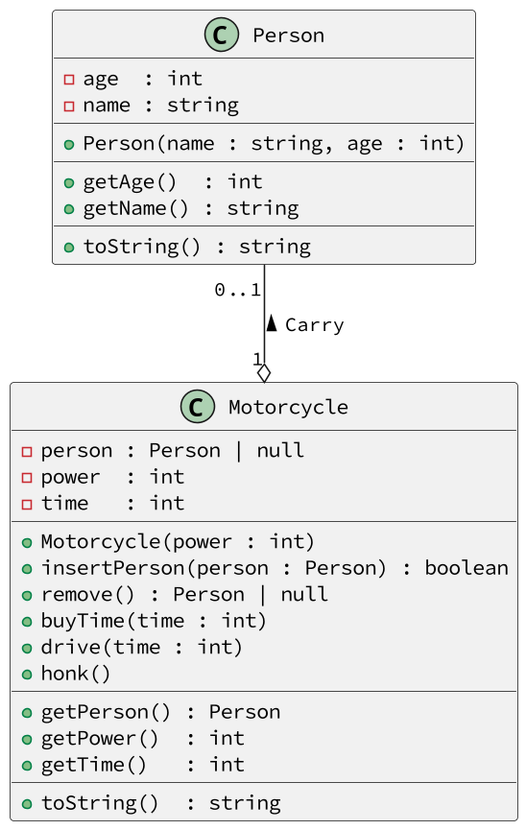
Above: base/motoca/diagrama.png in qxcodepoo/arcade (PlantUML), before the change.
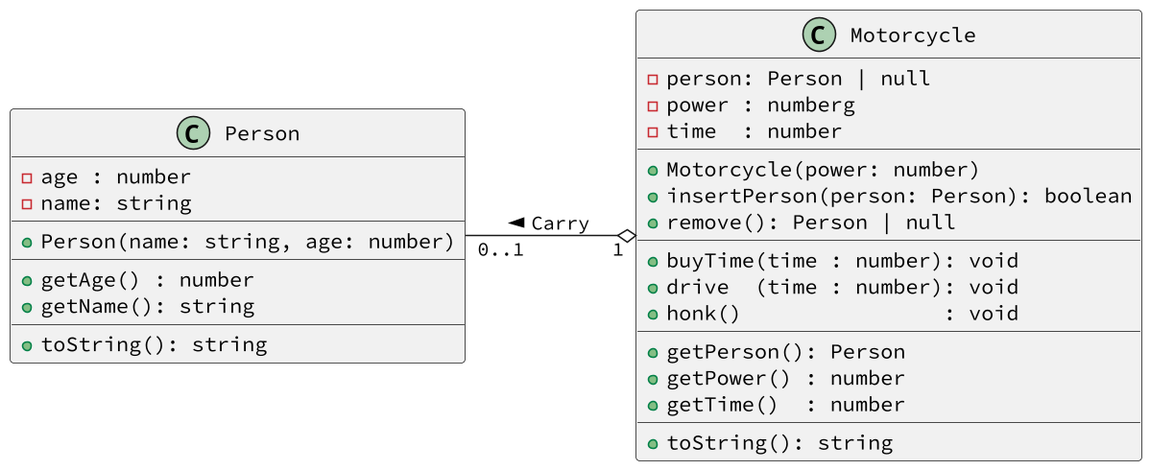
Later version of the same file.

Diff of the diagram source:
```diff
@@ -1,34 +1,36 @@
 @startuml
-skinparam defaultFontName Hasklig
+skinparam defaultFontName "Source Code Pro"
 skinparam dpi 150
+left to right direction
 class Motorcycle {
-  - person : Person | null
-  - power  : int
-  - time   : int
+  - person: Person | null
+  - power : numberg
+  - time  : number
   __
-  + Motorcycle(power : int)
-  + insertPerson(person : Person) : boolean
-  + remove() : Person | null
-  + buyTime(time : int)
-  + drive(time : int)
-  + honk()
+  + Motorcycle(power: number)
+  + insertPerson(person: Person): boolean
+  + remove(): Person | null
   __
-  + getPerson() : Person
-  + getPower()  : int
-  + getTime()   : int
+  + buyTime(time : number): void
+  + drive  (time : number): void
+  + honk()                : void
   __
-  + toString()  : string
+  + getPerson(): Person
+  + getPower() : number
+  + getTime()  : number
+  __
+  + toString(): string
 }
 class Person {
-  - age  : int
-  - name : string
+  - age : number
+  - name: string
   __
-  + Person(name : string, age : int)
+  + Person(name: string, age: number)
   __
-  + getAge()  : int
-  + getName() : string
+  + getAge() : number
+  + getName(): string
   __
-  + toString() : string
+  + toString(): string
 }
 Person "0..1" --o "1" Motorcycle : < Carry
 @enduml
```
